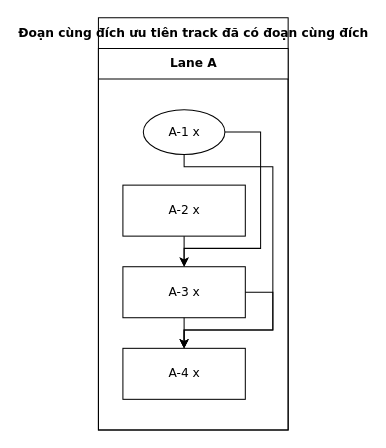
Before: conformance/golden/cases/69-track-bus-first.drawio in luytbq/flowcast, a draw.io diagram. Source tidied: cells renumbered, new cells numbered last; positions are measured from the earlier drawing's top-left corner, leaving out a move shared by most shapes. Both pictures are drawn from the tidied source at 102%, with x=0, y=0 at pixel (98, 17).
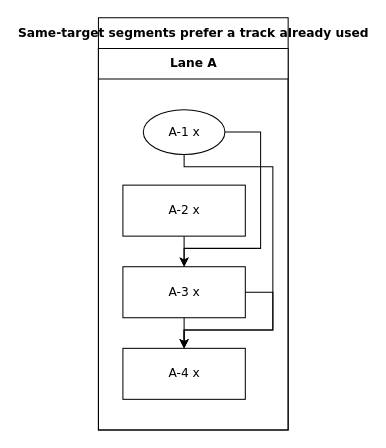
The same page after the edit.

What changed in the source:
```diff
@@
 <mxGraphModel>
   <root>
     <mxCell id="0" />
     <mxCell id="1" parent="0" />
-    <mxCell id="2" value="Đoạn cùng đích ưu tiên track đã có đoạn cùng đích" style="swimlane;html=1;startSize=30;fontStyle=1;fontFamily=Verdana;fontSize=12;flowtable=1;" parent="1" vertex="1">
+    <mxCell id="2" value="Same-target segments prefer a track already used" style="swimlane;html=1;startSize=30;fontStyle=1;fontFamily=Verdana;fontSize=12;flowtable=1;" parent="1" vertex="1">
       <mxGeometry width="186" height="404" as="geometry" />
     </mxCell>
     <mxCell id="3" value="Lane A" style="swimlane;html=1;startSize=30;fontFamily=Verdana;fontSize=12;flowtable=1;" parent="2" vertex="1">
       <mxGeometry y="30" width="186" height="374" as="geometry" />
     </mxCell>
     <mxCell id="4" value="A-1 x" style="ellipse;html=1;fontFamily=Verdana;fontSize=12;flowtable=1;" parent="3" vertex="1">
       <mxGeometry x="44" y="60" width="80" height="44" as="geometry" />
     </mxCell>
     <mxCell id="5" value="A-2 x" style="rounded=0;html=1;fontFamily=Verdana;fontSize=12;flowtable=1;" parent="3" vertex="1">
       <mxGeometry x="24" y="134" width="120" height="50" as="geometry" />
     </mxCell>
     <mxCell id="6" value="A-3 x" style="rounded=0;html=1;fontFamily=Verdana;fontSize=12;flowtable=1;" parent="3" vertex="1">
       <mxGeometry x="24" y="214" width="120" height="50" as="geometry" />
     </mxCell>
     <mxCell id="7" value="A-4 x" style="rounded=0;html=1;fontFamily=Verdana;fontSize=12;flowtable=1;" parent="3" vertex="1">
       <mxGeometry x="24" y="294" width="120" height="50" as="geometry" />
     </mxCell>
     <mxCell id="8" style="edgeStyle=orthogonalEdgeStyle;rounded=0;jettySize=auto;html=1;labelBackgroundColor=default;exitX=1;exitY=0.5;exitDx=0;exitDy=0;entryX=0.5;entryY=0;entryDx=0;entryDy=0;fontFamily=Verdana;fontSize=12;flowtable=1;" parent="2" edge="1" source="4" target="6">
       <mxGeometry relative="1" as="geometry">
         <Array as="points">
           <mxPoint x="159" y="112" />
           <mxPoint x="159" y="226" />
           <mxPoint x="84" y="226" />
         </Array>
       </mxGeometry>
     </mxCell>
     <mxCell id="9" style="edgeStyle=orthogonalEdgeStyle;rounded=0;jettySize=auto;html=1;labelBackgroundColor=default;exitX=0.5;exitY=1;exitDx=0;exitDy=0;entryX=0.5;entryY=0;entryDx=0;entryDy=0;fontFamily=Verdana;fontSize=12;flowtable=1;" parent="2" edge="1" source="4" target="7">
       <mxGeometry relative="1" as="geometry">
         <Array as="points">
           <mxPoint x="84" y="146" />
           <mxPoint x="171" y="146" />
           <mxPoint x="171" y="306" />
           <mxPoint x="84" y="306" />
         </Array>
       </mxGeometry>
     </mxCell>
     <mxCell id="10" style="edgeStyle=orthogonalEdgeStyle;rounded=0;jettySize=auto;html=1;labelBackgroundColor=default;exitX=0.5;exitY=1;exitDx=0;exitDy=0;entryX=0.5;entryY=0;entryDx=0;entryDy=0;fontFamily=Verdana;fontSize=12;flowtable=1;" parent="2" edge="1" source="5" target="6">
       <mxGeometry relative="1" as="geometry" />
     </mxCell>
     <mxCell id="11" style="edgeStyle=orthogonalEdgeStyle;rounded=0;jettySize=auto;html=1;labelBackgroundColor=default;exitX=0.5;exitY=1;exitDx=0;exitDy=0;entryX=0.5;entryY=0;entryDx=0;entryDy=0;fontFamily=Verdana;fontSize=12;flowtable=1;" parent="2" edge="1" source="6" target="7">
       <mxGeometry relative="1" as="geometry" />
     </mxCell>
     <mxCell id="12" style="edgeStyle=orthogonalEdgeStyle;rounded=0;jettySize=auto;html=1;labelBackgroundColor=default;exitX=1;exitY=0.5;exitDx=0;exitDy=0;entryX=0.5;entryY=0;entryDx=0;entryDy=0;fontFamily=Verdana;fontSize=12;flowtable=1;" parent="2" edge="1" source="6" target="7">
       <mxGeometry relative="1" as="geometry">
         <Array as="points">
           <mxPoint x="171" y="269" />
           <mxPoint x="171" y="306" />
           <mxPoint x="84" y="306" />
         </Array>
       </mxGeometry>
     </mxCell>
   </root>
 </mxGraphModel>
```
